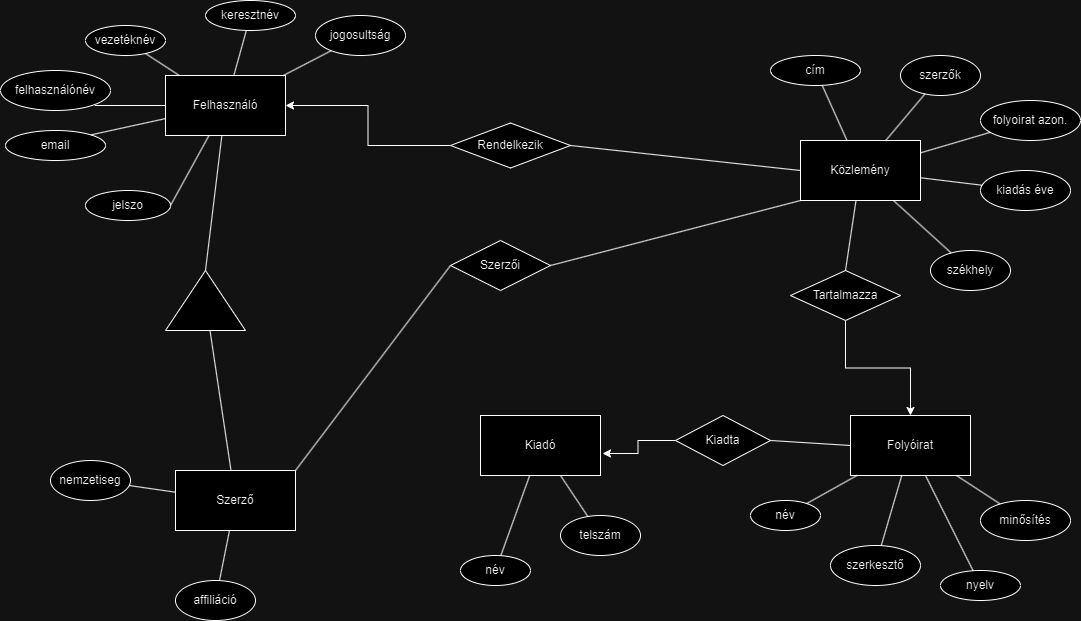
Before: Publikaciok.png, a diagram exported from draw.io (erosbalint3/Publications). Source tidied: cells renumbered, new cells last; positions are measured from the earlier drawing's top-left corner, leaving out a move shared by most shapes. Source of this version:
```xml
<mxGraphModel>
  <root>
    <mxCell id="0" />
    <mxCell id="1" parent="0" />
    <mxCell id="2" value="Felhasználó" style="rounded=0;whiteSpace=wrap;html=1;" parent="1" vertex="1">
      <mxGeometry x="165" y="75" width="120" height="60" as="geometry" />
    </mxCell>
    <mxCell id="3" value="Szerző" style="rounded=0;whiteSpace=wrap;html=1;" parent="1" vertex="1">
      <mxGeometry x="175" y="470" width="120" height="60" as="geometry" />
    </mxCell>
    <mxCell id="4" value="Folyóirat" style="rounded=0;whiteSpace=wrap;html=1;" parent="1" vertex="1">
      <mxGeometry x="850" y="415" width="120" height="60" as="geometry" />
    </mxCell>
    <mxCell id="5" value="Kiadó" style="rounded=0;whiteSpace=wrap;html=1;" parent="1" vertex="1">
      <mxGeometry x="480" y="415" width="120" height="60" as="geometry" />
    </mxCell>
    <mxCell id="6" value="Közlemény" style="rounded=0;whiteSpace=wrap;html=1;" parent="1" vertex="1">
      <mxGeometry x="800" y="140" width="120" height="60" as="geometry" />
    </mxCell>
    <mxCell id="7" value="felhasználónév" style="ellipse;whiteSpace=wrap;html=1;" parent="1" vertex="1">
      <mxGeometry y="70" width="110" height="40" as="geometry" />
    </mxCell>
    <mxCell id="8" value="vezetéknév" style="ellipse;whiteSpace=wrap;html=1;" parent="1" vertex="1">
      <mxGeometry x="85" y="25" width="80" height="30" as="geometry" />
    </mxCell>
    <mxCell id="9" value="keresztnév" style="ellipse;whiteSpace=wrap;html=1;" parent="1" vertex="1">
      <mxGeometry x="205" width="90" height="30" as="geometry" />
    </mxCell>
    <mxCell id="10" value="email" style="ellipse;whiteSpace=wrap;html=1;" parent="1" vertex="1">
      <mxGeometry x="5" y="130" width="100" height="30" as="geometry" />
    </mxCell>
    <mxCell id="11" value="jelszo" style="ellipse;whiteSpace=wrap;html=1;" parent="1" vertex="1">
      <mxGeometry x="85" y="190" width="85" height="30" as="geometry" />
    </mxCell>
    <mxCell id="12" value="jogosultság" style="ellipse;whiteSpace=wrap;html=1;" parent="1" vertex="1">
      <mxGeometry x="315" y="15" width="90" height="40" as="geometry" />
    </mxCell>
    <mxCell id="13" value="cím" style="ellipse;whiteSpace=wrap;html=1;" parent="1" vertex="1">
      <mxGeometry x="770" y="55" width="90" height="30" as="geometry" />
    </mxCell>
    <mxCell id="14" value="szerzők" style="ellipse;whiteSpace=wrap;html=1;" parent="1" vertex="1">
      <mxGeometry x="900" y="55" width="80" height="40" as="geometry" />
    </mxCell>
    <mxCell id="15" value="folyoirat azon." style="ellipse;whiteSpace=wrap;html=1;" parent="1" vertex="1">
      <mxGeometry x="980" y="100" width="100" height="40" as="geometry" />
    </mxCell>
    <mxCell id="16" value="kiadás éve" style="ellipse;whiteSpace=wrap;html=1;" parent="1" vertex="1">
      <mxGeometry x="980" y="170" width="90" height="40" as="geometry" />
    </mxCell>
    <mxCell id="17" value="nemzetiseg" style="ellipse;whiteSpace=wrap;html=1;" parent="1" vertex="1">
      <mxGeometry x="50" y="460" width="80" height="40" as="geometry" />
    </mxCell>
    <mxCell id="18" value="affiliáció" style="ellipse;whiteSpace=wrap;html=1;" parent="1" vertex="1">
      <mxGeometry x="175" y="580" width="80" height="40" as="geometry" />
    </mxCell>
    <mxCell id="19" value="név" style="ellipse;whiteSpace=wrap;html=1;" parent="1" vertex="1">
      <mxGeometry x="750" y="500" width="70" height="30" as="geometry" />
    </mxCell>
    <mxCell id="20" value="minősítés" style="ellipse;whiteSpace=wrap;html=1;" parent="1" vertex="1">
      <mxGeometry x="980" y="500" width="90" height="40" as="geometry" />
    </mxCell>
    <mxCell id="21" value="szerkesztő" style="ellipse;whiteSpace=wrap;html=1;" parent="1" vertex="1">
      <mxGeometry x="830" y="545" width="90" height="40" as="geometry" />
    </mxCell>
    <mxCell id="22" value="nyelv" style="ellipse;whiteSpace=wrap;html=1;" parent="1" vertex="1">
      <mxGeometry x="940" y="570" width="80" height="30" as="geometry" />
    </mxCell>
    <mxCell id="23" value="név" style="ellipse;whiteSpace=wrap;html=1;" parent="1" vertex="1">
      <mxGeometry x="460" y="555" width="70" height="30" as="geometry" />
    </mxCell>
    <mxCell id="24" value="székhely" style="ellipse;whiteSpace=wrap;html=1;" parent="1" vertex="1">
      <mxGeometry x="930" y="250" width="80" height="40" as="geometry" />
    </mxCell>
    <mxCell id="25" value="telszám" style="ellipse;whiteSpace=wrap;html=1;" parent="1" vertex="1">
      <mxGeometry x="560" y="515" width="80" height="40" as="geometry" />
    </mxCell>
    <mxCell id="26" style="triangle;whiteSpace=wrap;html=1;rotation=-90;" parent="1" vertex="1">
      <mxGeometry x="175" y="260" width="60" height="80" as="geometry" />
    </mxCell>
    <mxCell id="27" style="endArrow=none;html=1;rounded=0;exitX=1;exitY=0.5;exitDx=0;exitDy=0;" parent="1" edge="1" source="26" target="2">
      <mxGeometry relative="1" as="geometry" />
    </mxCell>
    <mxCell id="28" style="endArrow=none;html=1;rounded=0;" parent="1" edge="1" source="3" target="26">
      <mxGeometry relative="1" as="geometry" />
    </mxCell>
    <mxCell id="29" style="edgeStyle=orthogonalEdgeStyle;rounded=0;jettySize=auto;html=1;entryX=1;entryY=0.5;entryDx=0;entryDy=0;" parent="1" edge="1" source="30" target="2">
      <mxGeometry relative="1" as="geometry" />
    </mxCell>
    <mxCell id="30" value="Rendelkezik" style="rhombus;whiteSpace=wrap;html=1;" parent="1" vertex="1">
      <mxGeometry x="450" y="122.5" width="120" height="45" as="geometry" />
    </mxCell>
    <mxCell id="31" style="endArrow=none;html=1;rounded=0;entryX=0;entryY=0.5;entryDx=0;entryDy=0;exitX=1;exitY=0.5;exitDx=0;exitDy=0;" parent="1" edge="1" source="30" target="6">
      <mxGeometry relative="1" as="geometry" />
    </mxCell>
    <mxCell id="32" value="Szerzői" style="rhombus;whiteSpace=wrap;html=1;" parent="1" vertex="1">
      <mxGeometry x="450" y="240" width="100" height="50" as="geometry" />
    </mxCell>
    <mxCell id="33" style="endArrow=none;html=1;rounded=0;entryX=0;entryY=1;entryDx=0;entryDy=0;exitX=1;exitY=0.5;exitDx=0;exitDy=0;" parent="1" edge="1" source="32" target="6">
      <mxGeometry relative="1" as="geometry" />
    </mxCell>
    <mxCell id="34" style="endArrow=none;html=1;rounded=0;exitX=1;exitY=0;exitDx=0;exitDy=0;entryX=0;entryY=0.5;entryDx=0;entryDy=0;" parent="1" edge="1" source="3" target="32">
      <mxGeometry relative="1" as="geometry" />
    </mxCell>
    <mxCell id="35" value="Kiadta" style="rhombus;whiteSpace=wrap;html=1;" parent="1" vertex="1">
      <mxGeometry x="675" y="415" width="95" height="50" as="geometry" />
    </mxCell>
    <mxCell id="36" style="edgeStyle=orthogonalEdgeStyle;rounded=0;jettySize=auto;html=1;entryX=1.017;entryY=0.633;entryDx=0;entryDy=0;entryPerimeter=0;" parent="1" edge="1" source="35" target="5">
      <mxGeometry relative="1" as="geometry" />
    </mxCell>
    <mxCell id="37" style="endArrow=none;html=1;rounded=0;entryX=0;entryY=0.5;entryDx=0;entryDy=0;exitX=1;exitY=0.5;exitDx=0;exitDy=0;" parent="1" edge="1" source="35" target="4">
      <mxGeometry relative="1" as="geometry" />
    </mxCell>
    <mxCell id="38" style="edgeStyle=orthogonalEdgeStyle;rounded=0;jettySize=auto;html=1;entryX=0.5;entryY=0;entryDx=0;entryDy=0;" parent="1" edge="1" source="39" target="4">
      <mxGeometry relative="1" as="geometry" />
    </mxCell>
    <mxCell id="39" value="Tartalmazza" style="rhombus;whiteSpace=wrap;html=1;" parent="1" vertex="1">
      <mxGeometry x="790" y="270" width="110" height="50" as="geometry" />
    </mxCell>
    <mxCell id="40" style="endArrow=none;html=1;rounded=0;exitX=0.5;exitY=0;exitDx=0;exitDy=0;" parent="1" edge="1" source="39" target="6">
      <mxGeometry relative="1" as="geometry" />
    </mxCell>
    <mxCell id="41" style="endArrow=none;html=1;rounded=0;entryX=1;entryY=0.5;entryDx=0;entryDy=0;" parent="1" edge="1" source="2" target="11">
      <mxGeometry relative="1" as="geometry" />
    </mxCell>
    <mxCell id="42" style="endArrow=none;html=1;rounded=0;entryX=1;entryY=0;entryDx=0;entryDy=0;" parent="1" edge="1" source="2" target="10">
      <mxGeometry relative="1" as="geometry" />
    </mxCell>
    <mxCell id="43" style="endArrow=none;html=1;rounded=0;" parent="1" edge="1" source="2">
      <mxGeometry relative="1" as="geometry">
        <mxPoint x="94.3" y="105" as="targetPoint" />
      </mxGeometry>
    </mxCell>
    <mxCell id="44" style="endArrow=none;html=1;rounded=0;" parent="1" edge="1" source="2" target="8">
      <mxGeometry relative="1" as="geometry" />
    </mxCell>
    <mxCell id="45" style="endArrow=none;html=1;rounded=0;" parent="1" edge="1" source="2" target="9">
      <mxGeometry relative="1" as="geometry" />
    </mxCell>
    <mxCell id="46" style="endArrow=none;html=1;rounded=0;" parent="1" edge="1" source="2" target="12">
      <mxGeometry relative="1" as="geometry" />
    </mxCell>
    <mxCell id="47" style="endArrow=none;html=1;rounded=0;" parent="1" edge="1" source="6" target="13">
      <mxGeometry relative="1" as="geometry" />
    </mxCell>
    <mxCell id="48" style="endArrow=none;html=1;rounded=0;" parent="1" edge="1" source="6" target="14">
      <mxGeometry relative="1" as="geometry" />
    </mxCell>
    <mxCell id="49" style="endArrow=none;html=1;rounded=0;" parent="1" edge="1" source="6" target="15">
      <mxGeometry relative="1" as="geometry" />
    </mxCell>
    <mxCell id="50" style="endArrow=none;html=1;rounded=0;" parent="1" edge="1" source="6" target="16">
      <mxGeometry relative="1" as="geometry" />
    </mxCell>
    <mxCell id="51" style="endArrow=none;html=1;rounded=0;" parent="1" edge="1" source="6" target="24">
      <mxGeometry relative="1" as="geometry" />
    </mxCell>
    <mxCell id="52" style="endArrow=none;html=1;rounded=0;" parent="1" edge="1" source="17" target="3">
      <mxGeometry relative="1" as="geometry" />
    </mxCell>
    <mxCell id="53" style="endArrow=none;html=1;rounded=0;" parent="1" edge="1" source="18" target="3">
      <mxGeometry relative="1" as="geometry" />
    </mxCell>
    <mxCell id="54" style="endArrow=none;html=1;rounded=0;" parent="1" edge="1" source="23" target="5">
      <mxGeometry relative="1" as="geometry" />
    </mxCell>
    <mxCell id="55" style="endArrow=none;html=1;rounded=0;" parent="1" edge="1" source="25" target="5">
      <mxGeometry relative="1" as="geometry" />
    </mxCell>
    <mxCell id="56" style="endArrow=none;html=1;rounded=0;" parent="1" edge="1" source="19" target="4">
      <mxGeometry relative="1" as="geometry" />
    </mxCell>
    <mxCell id="57" style="endArrow=none;html=1;rounded=0;" parent="1" edge="1" source="21" target="4">
      <mxGeometry relative="1" as="geometry" />
    </mxCell>
    <mxCell id="58" style="endArrow=none;html=1;rounded=0;" parent="1" edge="1" source="22" target="4">
      <mxGeometry relative="1" as="geometry" />
    </mxCell>
    <mxCell id="59" style="endArrow=none;html=1;rounded=0;" parent="1" edge="1" source="20" target="4">
      <mxGeometry relative="1" as="geometry" />
    </mxCell>
  </root>
</mxGraphModel>
```
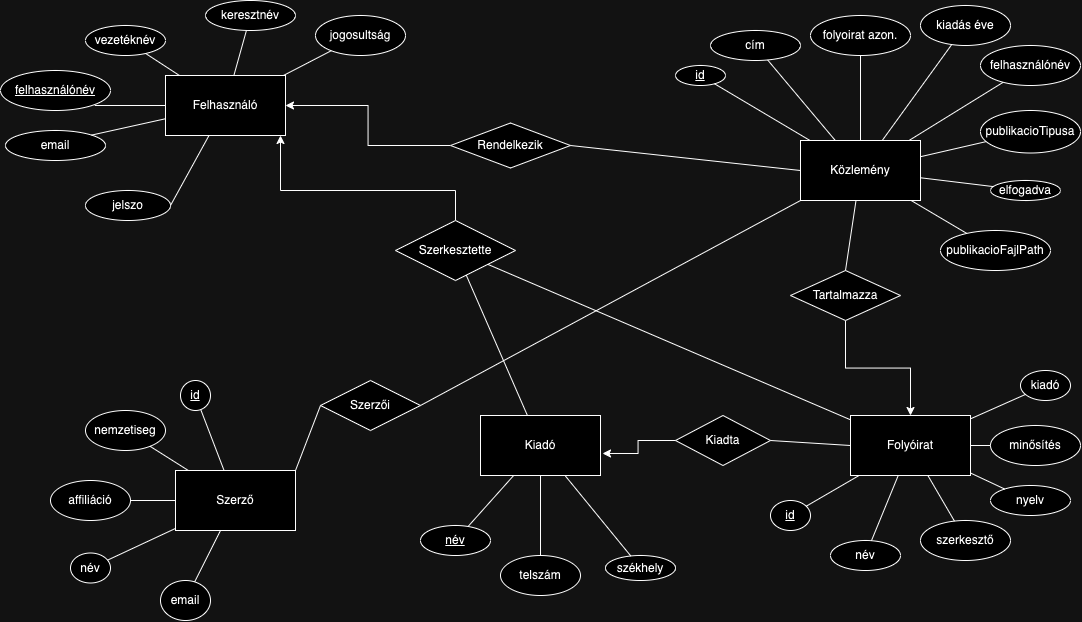
Later version of the same file.

The edit, as a diff of the source:
```diff
@@ -17,7 +17,7 @@
     <mxCell id="6" value="Közlemény" style="rounded=0;whiteSpace=wrap;html=1;" parent="1" vertex="1">
       <mxGeometry x="800" y="140" width="120" height="60" as="geometry" />
     </mxCell>
-    <mxCell id="7" value="felhasználónév" style="ellipse;whiteSpace=wrap;html=1;" parent="1" vertex="1">
+    <mxCell id="7" value="&lt;u&gt;felhasználónév&lt;/u&gt;" style="ellipse;whiteSpace=wrap;html=1;" parent="1" vertex="1">
       <mxGeometry y="70" width="110" height="40" as="geometry" />
     </mxCell>
     <mxCell id="8" value="vezetéknév" style="ellipse;whiteSpace=wrap;html=1;" parent="1" vertex="1">
@@ -36,53 +36,41 @@
       <mxGeometry x="315" y="15" width="90" height="40" as="geometry" />
     </mxCell>
     <mxCell id="13" value="cím" style="ellipse;whiteSpace=wrap;html=1;" parent="1" vertex="1">
-      <mxGeometry x="770" y="55" width="90" height="30" as="geometry" />
+      <mxGeometry x="710" y="30" width="90" height="30" as="geometry" />
     </mxCell>
-    <mxCell id="14" value="szerzők" style="ellipse;whiteSpace=wrap;html=1;" parent="1" vertex="1">
-      <mxGeometry x="900" y="55" width="80" height="40" as="geometry" />
-    </mxCell>
     <mxCell id="15" value="folyoirat azon." style="ellipse;whiteSpace=wrap;html=1;" parent="1" vertex="1">
-      <mxGeometry x="980" y="100" width="100" height="40" as="geometry" />
+      <mxGeometry x="810" y="15" width="100" height="40" as="geometry" />
     </mxCell>
     <mxCell id="16" value="kiadás éve" style="ellipse;whiteSpace=wrap;html=1;" parent="1" vertex="1">
-      <mxGeometry x="980" y="170" width="90" height="40" as="geometry" />
+      <mxGeometry x="920" y="5" width="90" height="40" as="geometry" />
     </mxCell>
     <mxCell id="17" value="nemzetiseg" style="ellipse;whiteSpace=wrap;html=1;" parent="1" vertex="1">
-      <mxGeometry x="50" y="460" width="80" height="40" as="geometry" />
+      <mxGeometry x="85" y="410" width="80" height="40" as="geometry" />
     </mxCell>
     <mxCell id="18" value="affiliáció" style="ellipse;whiteSpace=wrap;html=1;" parent="1" vertex="1">
-      <mxGeometry x="175" y="580" width="80" height="40" as="geometry" />
+      <mxGeometry x="50" y="480" width="80" height="40" as="geometry" />
     </mxCell>
     <mxCell id="19" value="név" style="ellipse;whiteSpace=wrap;html=1;" parent="1" vertex="1">
-      <mxGeometry x="750" y="500" width="70" height="30" as="geometry" />
+      <mxGeometry x="830" y="540" width="70" height="30" as="geometry" />
     </mxCell>
     <mxCell id="20" value="minősítés" style="ellipse;whiteSpace=wrap;html=1;" parent="1" vertex="1">
-      <mxGeometry x="980" y="500" width="90" height="40" as="geometry" />
+      <mxGeometry x="990" y="425" width="90" height="40" as="geometry" />
     </mxCell>
     <mxCell id="21" value="szerkesztő" style="ellipse;whiteSpace=wrap;html=1;" parent="1" vertex="1">
-      <mxGeometry x="830" y="545" width="90" height="40" as="geometry" />
+      <mxGeometry x="920" y="520" width="90" height="40" as="geometry" />
     </mxCell>
     <mxCell id="22" value="nyelv" style="ellipse;whiteSpace=wrap;html=1;" parent="1" vertex="1">
-      <mxGeometry x="940" y="570" width="80" height="30" as="geometry" />
+      <mxGeometry x="990" y="485" width="80" height="30" as="geometry" />
     </mxCell>
-    <mxCell id="23" value="név" style="ellipse;whiteSpace=wrap;html=1;" parent="1" vertex="1">
-      <mxGeometry x="460" y="555" width="70" height="30" as="geometry" />
+    <mxCell id="23" value="&lt;u&gt;név&lt;/u&gt;" style="ellipse;whiteSpace=wrap;html=1;" parent="1" vertex="1">
+      <mxGeometry x="420" y="525" width="70" height="30" as="geometry" />
     </mxCell>
-    <mxCell id="24" value="székhely" style="ellipse;whiteSpace=wrap;html=1;" parent="1" vertex="1">
-      <mxGeometry x="930" y="250" width="80" height="40" as="geometry" />
+    <mxCell id="24" value="felhasználónév" style="ellipse;whiteSpace=wrap;html=1;" parent="1" vertex="1">
+      <mxGeometry x="980" y="45" width="100" height="40" as="geometry" />
     </mxCell>
     <mxCell id="25" value="telszám" style="ellipse;whiteSpace=wrap;html=1;" parent="1" vertex="1">
-      <mxGeometry x="560" y="515" width="80" height="40" as="geometry" />
+      <mxGeometry x="500" y="555" width="80" height="40" as="geometry" />
     </mxCell>
-    <mxCell id="26" style="triangle;whiteSpace=wrap;html=1;rotation=-90;" parent="1" vertex="1">
-      <mxGeometry x="175" y="260" width="60" height="80" as="geometry" />
-    </mxCell>
-    <mxCell id="27" style="endArrow=none;html=1;rounded=0;exitX=1;exitY=0.5;exitDx=0;exitDy=0;" parent="1" edge="1" source="26" target="2">
-      <mxGeometry relative="1" as="geometry" />
-    </mxCell>
-    <mxCell id="28" style="endArrow=none;html=1;rounded=0;" parent="1" edge="1" source="3" target="26">
-      <mxGeometry relative="1" as="geometry" />
-    </mxCell>
     <mxCell id="29" style="edgeStyle=orthogonalEdgeStyle;rounded=0;jettySize=auto;html=1;entryX=1;entryY=0.5;entryDx=0;entryDy=0;" parent="1" edge="1" source="30" target="2">
       <mxGeometry relative="1" as="geometry" />
     </mxCell>
@@ -93,7 +81,7 @@
       <mxGeometry relative="1" as="geometry" />
     </mxCell>
     <mxCell id="32" value="Szerzői" style="rhombus;whiteSpace=wrap;html=1;" parent="1" vertex="1">
-      <mxGeometry x="450" y="240" width="100" height="50" as="geometry" />
+      <mxGeometry x="320" y="380" width="100" height="50" as="geometry" />
     </mxCell>
     <mxCell id="33" style="endArrow=none;html=1;rounded=0;entryX=0;entryY=1;entryDx=0;entryDy=0;exitX=1;exitY=0.5;exitDx=0;exitDy=0;" parent="1" edge="1" source="32" target="6">
       <mxGeometry relative="1" as="geometry" />
@@ -142,9 +130,6 @@
     <mxCell id="47" style="endArrow=none;html=1;rounded=0;" parent="1" edge="1" source="6" target="13">
       <mxGeometry relative="1" as="geometry" />
     </mxCell>
-    <mxCell id="48" style="endArrow=none;html=1;rounded=0;" parent="1" edge="1" source="6" target="14">
-      <mxGeometry relative="1" as="geometry" />
-    </mxCell>
     <mxCell id="49" style="endArrow=none;html=1;rounded=0;" parent="1" edge="1" source="6" target="15">
       <mxGeometry relative="1" as="geometry" />
     </mxCell>
@@ -178,5 +163,82 @@
     <mxCell id="59" style="endArrow=none;html=1;rounded=0;" parent="1" edge="1" source="20" target="4">
       <mxGeometry relative="1" as="geometry" />
     </mxCell>
+    <mxCell id="60" value="publikacioTipusa" style="ellipse;whiteSpace=wrap;html=1;" parent="1" vertex="1">
+      <mxGeometry x="980" y="110" width="100" height="42.5" as="geometry" />
+    </mxCell>
+    <mxCell id="61" style="endArrow=none;html=1;rounded=0;" parent="1" edge="1" source="6" target="60">
+      <mxGeometry relative="1" as="geometry" />
+    </mxCell>
+    <mxCell id="62" value="elfogadva" style="ellipse;whiteSpace=wrap;html=1;" parent="1" vertex="1">
+      <mxGeometry x="990" y="180" width="70" height="20" as="geometry" />
+    </mxCell>
+    <mxCell id="63" style="endArrow=none;html=1;rounded=0;" parent="1" edge="1" source="6" target="62">
+      <mxGeometry relative="1" as="geometry" />
+    </mxCell>
+    <mxCell id="64" value="publikacioFajlPath" style="ellipse;whiteSpace=wrap;html=1;" parent="1" vertex="1">
+      <mxGeometry x="940" y="230" width="110" height="40" as="geometry" />
+    </mxCell>
+    <mxCell id="65" style="endArrow=none;html=1;rounded=0;" parent="1" edge="1" source="6" target="64">
+      <mxGeometry relative="1" as="geometry" />
+    </mxCell>
+    <mxCell id="66" value="kiadó" style="ellipse;whiteSpace=wrap;html=1;" parent="1" vertex="1">
+      <mxGeometry x="1020" y="370" width="50" height="30" as="geometry" />
+    </mxCell>
+    <mxCell id="67" style="endArrow=none;html=1;rounded=0;" parent="1" edge="1" source="4" target="66">
+      <mxGeometry relative="1" as="geometry" />
+    </mxCell>
+    <mxCell id="68" value="&lt;u&gt;id&lt;/u&gt;" style="ellipse;whiteSpace=wrap;html=1;" parent="1" vertex="1">
+      <mxGeometry x="770" y="500" width="40" height="30" as="geometry" />
+    </mxCell>
+    <mxCell id="69" style="endArrow=none;html=1;rounded=0;" parent="1" edge="1" source="68" target="4">
+      <mxGeometry relative="1" as="geometry" />
+    </mxCell>
+    <mxCell id="70" value="&lt;u&gt;id&lt;/u&gt;" style="ellipse;whiteSpace=wrap;html=1;" parent="1" vertex="1">
+      <mxGeometry x="675" y="65" width="50" height="20" as="geometry" />
+    </mxCell>
+    <mxCell id="71" style="endArrow=none;html=1;rounded=0;" parent="1" edge="1" source="6" target="70">
+      <mxGeometry relative="1" as="geometry" />
+    </mxCell>
+    <mxCell id="72" value="székhely" style="ellipse;whiteSpace=wrap;html=1;" parent="1" vertex="1">
+      <mxGeometry x="605" y="555" width="70" height="25" as="geometry" />
+    </mxCell>
+    <mxCell id="73" style="endArrow=none;html=1;rounded=0;" parent="1" edge="1" source="72" target="5">
+      <mxGeometry relative="1" as="geometry" />
+    </mxCell>
+    <mxCell id="74" style="edgeStyle=orthogonalEdgeStyle;rounded=0;jettySize=auto;html=1;exitX=0.5;exitY=0;exitDx=0;exitDy=0;" parent="1" edge="1" source="75" target="2">
+      <mxGeometry relative="1" as="geometry">
+        <Array as="points">
+          <mxPoint x="455" y="190" />
+          <mxPoint x="280" y="190" />
+        </Array>
+      </mxGeometry>
+    </mxCell>
+    <mxCell id="75" value="Szerkesztette" style="rhombus;whiteSpace=wrap;html=1;" parent="1" vertex="1">
+      <mxGeometry x="395" y="220" width="120" height="60" as="geometry" />
+    </mxCell>
+    <mxCell id="76" style="endArrow=none;html=1;rounded=0;" parent="1" edge="1" source="5" target="75">
+      <mxGeometry relative="1" as="geometry" />
+    </mxCell>
+    <mxCell id="77" style="endArrow=none;html=1;rounded=0;" parent="1" edge="1" source="4" target="75">
+      <mxGeometry relative="1" as="geometry" />
+    </mxCell>
+    <mxCell id="78" value="&lt;u&gt;id&lt;/u&gt;" style="ellipse;whiteSpace=wrap;html=1;" parent="1" vertex="1">
+      <mxGeometry x="180" y="380" width="30" height="30" as="geometry" />
+    </mxCell>
+    <mxCell id="79" style="endArrow=none;html=1;rounded=0;" parent="1" edge="1" source="78" target="3">
+      <mxGeometry relative="1" as="geometry" />
+    </mxCell>
+    <mxCell id="80" value="név" style="ellipse;whiteSpace=wrap;html=1;" parent="1" vertex="1">
+      <mxGeometry x="70" y="552.5" width="40" height="30" as="geometry" />
+    </mxCell>
+    <mxCell id="81" style="endArrow=none;html=1;rounded=0;" parent="1" edge="1" source="80" target="3">
+      <mxGeometry relative="1" as="geometry" />
+    </mxCell>
+    <mxCell id="82" value="email" style="ellipse;whiteSpace=wrap;html=1;" parent="1" vertex="1">
+      <mxGeometry x="160" y="580" width="50" height="40" as="geometry" />
+    </mxCell>
+    <mxCell id="83" style="endArrow=none;html=1;rounded=0;" parent="1" edge="1" source="82" target="3">
+      <mxGeometry relative="1" as="geometry" />
+    </mxCell>
   </root>
 </mxGraphModel>
```
